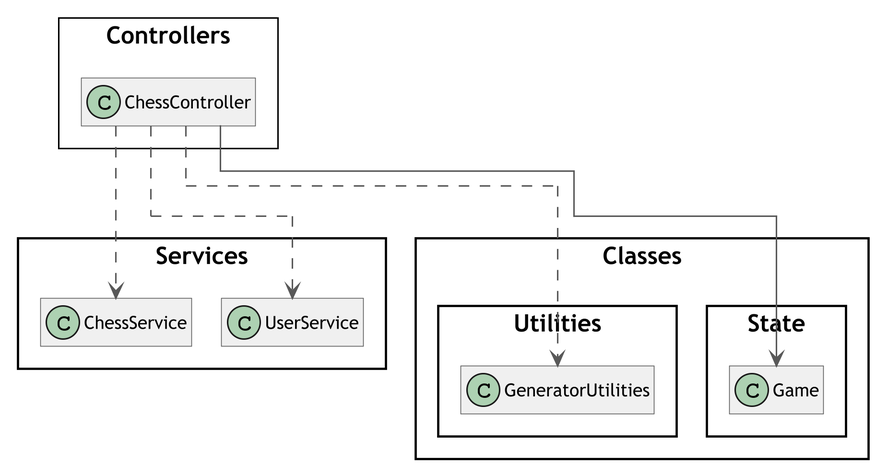
Before: NEA-Final/Writeup/Design/Class Diagrams/Backend/Controllers/ChessController.png, a diagram exported from PlantUML (connormcharg/school-work). Its diagram source:
```plantuml
@startuml ChessController
skinparam classAttributeIconSize 0
skinparam classFontSize 16
skinparam classFontName Trebuchet MS
skinparam classBackgroundColor #F0F0F0
skinparam classBorderColor #585858
skinparam classArrowColor #585858
skinparam wrapWidth 400
skinparam RoundCorner 0
skinparam DefaultFontName Trebuchet MS
skinparam DefaultFontSize 16
skinparam ClassFontSize 16
skinparam TitleFontSize 20
skinparam ClassAttributeFontSize 12
skinparam ClassStereotypeFontSize 10
skinparam ArrowFontSize 10
skinparam Dpi 300
skinparam svgAntiAlias true
skinparam Linetype ortho
skinparam Nodesep 50
skinparam ranksep 75
skinparam groupInheritance 2
skinparam packageStyle Rectangle
!pragma layout elk

left to right direction

package Controllers <<Rectangle>> {
    class ChessController
}

ChessController ..> Services.ChessService
ChessController ..> Services.UserService
ChessController ..> Classes.Utilities.GeneratorUtilities
ChessController --> Classes.State.Game

hide members
@enduml
```
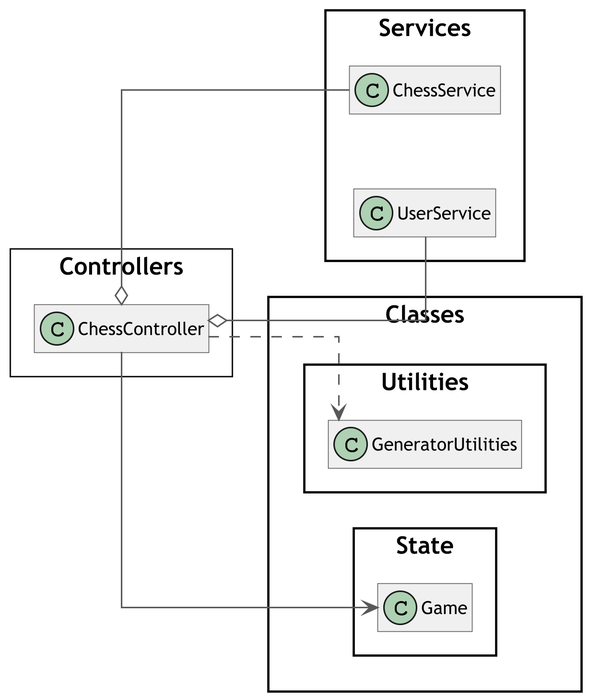
Above is the later version.

Change to the diagram source:
```diff
@@ -21,7 +21,6 @@
 skinparam ranksep 75
 skinparam groupInheritance 2
 skinparam packageStyle Rectangle
-!pragma layout elk
 
 left to right direction
 
@@ -29,8 +28,8 @@
     class ChessController
 }
 
-ChessController ..> Services.ChessService
-ChessController ..> Services.UserService
+ChessController o-- Services.ChessService
+ChessController o-- Services.UserService
 ChessController ..> Classes.Utilities.GeneratorUtilities
 ChessController --> Classes.State.Game
 
```
